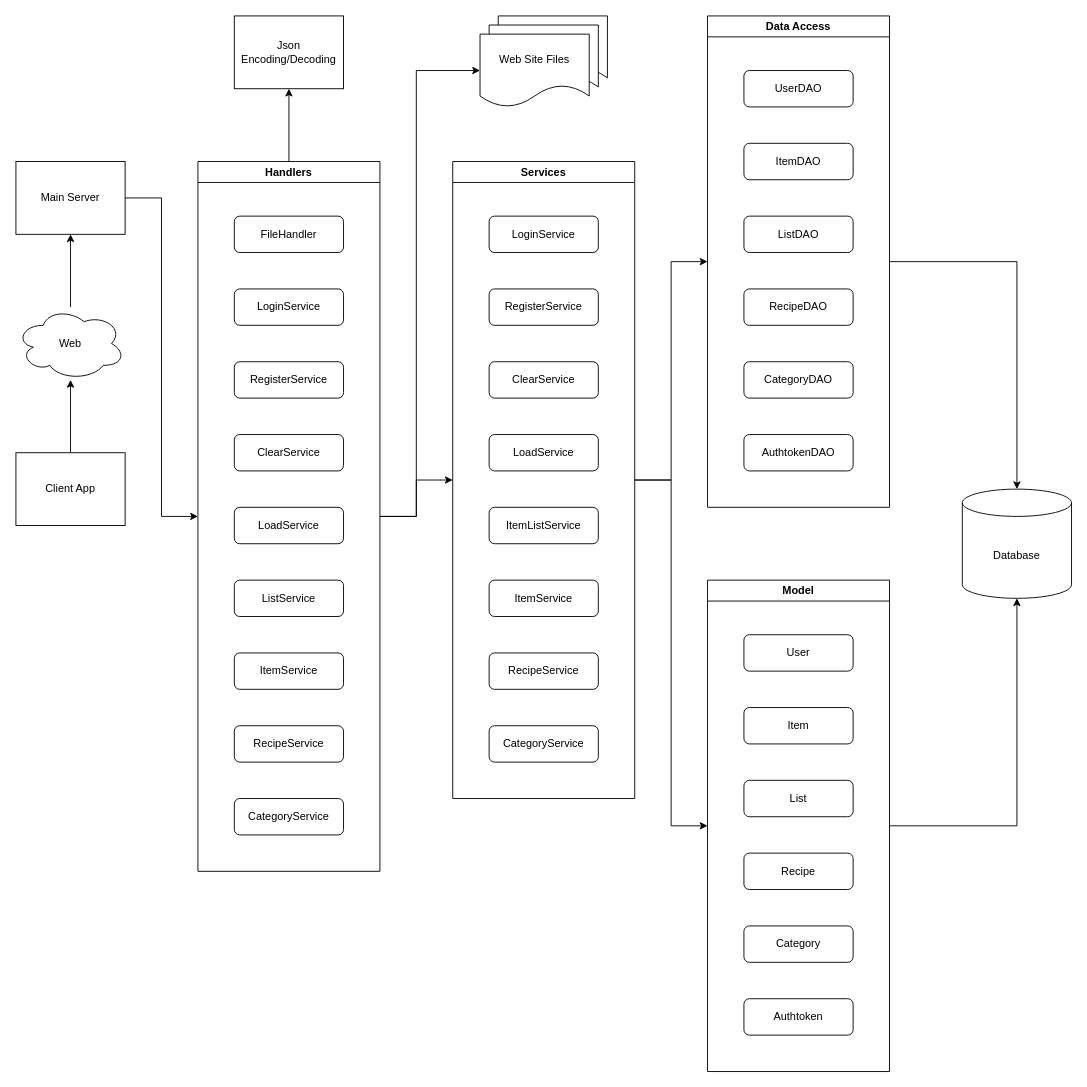
Before: FLServerDiagram.drawio in JacksonSahleen/FamilyListServer, a draw.io diagram. Source tidied: cells renumbered, new cells numbered last; positions are measured from the earlier drawing's top-left corner, leaving out a move shared by most shapes. Both pictures are drawn from the tidied source at 91%, with x=0, y=0 at pixel (15, 15).
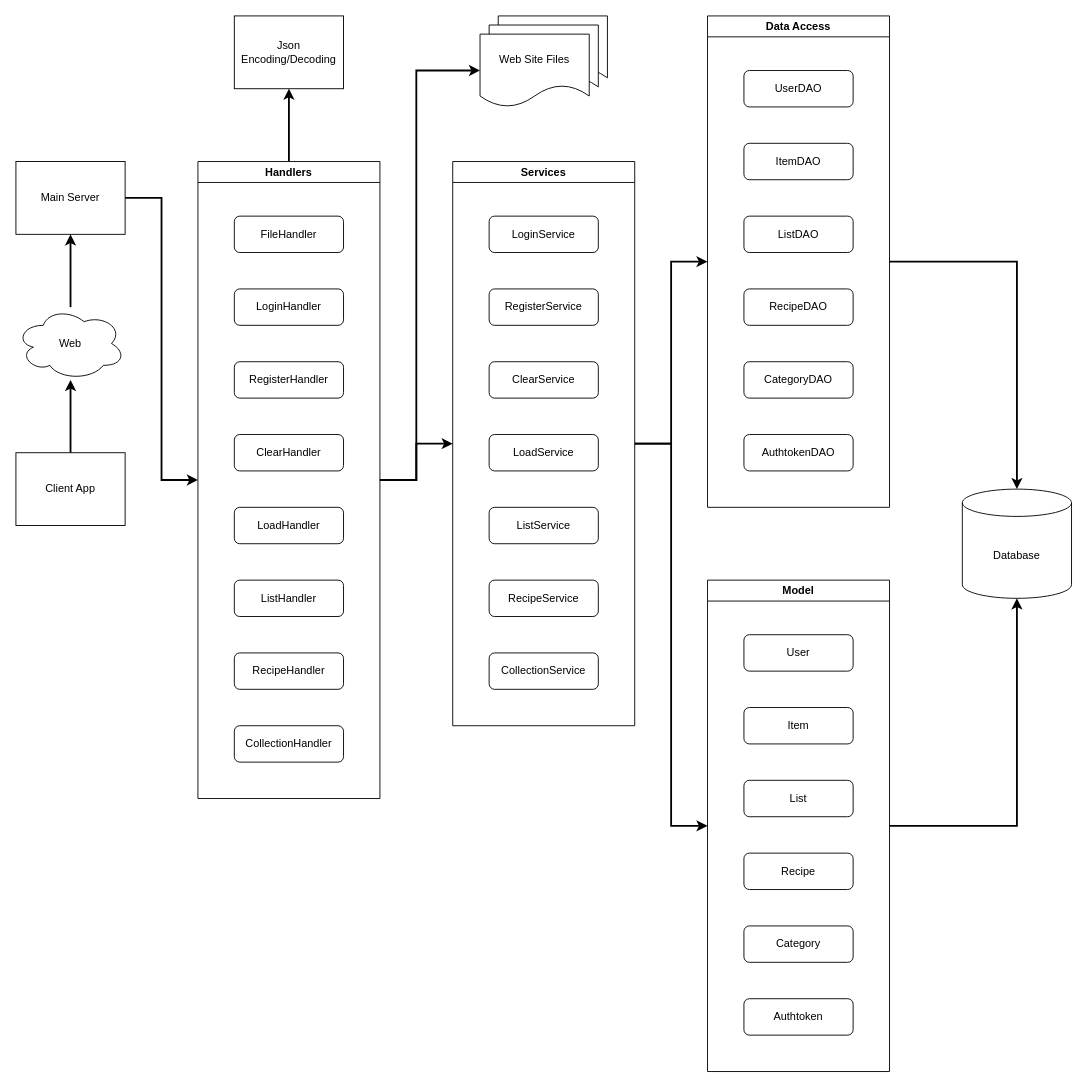
After the change.

Unchanged cells that the change refers to:
```xml
<mxCell id="2" value="Database" style="shape=cylinder3;whiteSpace=wrap;html=1;boundedLbl=1;backgroundOutline=1;size=15;" parent="1" vertex="1">
  <mxGeometry x="1040" y="520" width="120" height="120" as="geometry" />
</mxCell>
<mxCell id="4" value="Data Access" style="swimlane;whiteSpace=wrap;html=1;" parent="1" vertex="1">
  <mxGeometry x="760" width="200" height="540" as="geometry" />
</mxCell>
<mxCell id="12" value="Model" style="swimlane;whiteSpace=wrap;html=1;" parent="1" vertex="1">
  <mxGeometry x="760" y="620" width="200" height="540" as="geometry" />
</mxCell>
<mxCell id="44" value="Main Server" style="rounded=0;whiteSpace=wrap;html=1;" parent="1" vertex="1">
  <mxGeometry y="160" width="120" height="80" as="geometry" />
</mxCell>
<mxCell id="46" value="Client App" style="rounded=0;whiteSpace=wrap;html=1;" parent="1" vertex="1">
  <mxGeometry y="480" width="120" height="80" as="geometry" />
</mxCell>
<mxCell id="48" value="Web" style="ellipse;shape=cloud;whiteSpace=wrap;html=1;" parent="1" vertex="1">
  <mxGeometry y="320" width="120" height="80" as="geometry" />
</mxCell>
<mxCell id="51" value="Web Site Files" style="shape=document;whiteSpace=wrap;html=1;boundedLbl=1;" parent="1" vertex="1">
  <mxGeometry x="510" y="20" width="120" height="80" as="geometry" />
</mxCell>
<mxCell id="52" value="Json Encoding/Decoding" style="rounded=0;whiteSpace=wrap;html=1;" parent="1" vertex="1">
  <mxGeometry x="240" width="120" height="80" as="geometry" />
</mxCell>
```

Diff of the diagram source:
```diff
@@
-    <mxCell id="3" style="edgeStyle=orthogonalEdgeStyle;rounded=0;jettySize=auto;html=1;entryX=0.5;entryY=0;entryDx=0;entryDy=0;entryPerimeter=0;" parent="1" edge="1" source="4" target="2">
+    <mxCell id="3" style="edgeStyle=orthogonalEdgeStyle;rounded=0;jettySize=auto;html=1;entryX=0.5;entryY=0;entryDx=0;entryDy=0;entryPerimeter=0;strokeWidth=2;" parent="1" edge="1" source="4" target="2">
       <mxGeometry relative="1" as="geometry" />
     </mxCell>
@@
-    <mxCell id="11" style="edgeStyle=orthogonalEdgeStyle;rounded=0;jettySize=auto;html=1;entryX=0.5;entryY=1;entryDx=0;entryDy=0;entryPerimeter=0;" parent="1" edge="1" source="12" target="2">
+    <mxCell id="11" style="edgeStyle=orthogonalEdgeStyle;rounded=0;jettySize=auto;html=1;entryX=0.5;entryY=1;entryDx=0;entryDy=0;entryPerimeter=0;strokeWidth=2;" parent="1" edge="1" source="12" target="2">
       <mxGeometry relative="1" as="geometry" />
     </mxCell>
@@
-    <mxCell id="19" style="edgeStyle=orthogonalEdgeStyle;rounded=0;jettySize=auto;html=1;" parent="1" edge="1" source="21" target="4">
+    <mxCell id="19" style="edgeStyle=orthogonalEdgeStyle;rounded=0;jettySize=auto;html=1;strokeWidth=2;" parent="1" edge="1" source="21" target="4">
       <mxGeometry relative="1" as="geometry" />
     </mxCell>
-    <mxCell id="20" style="edgeStyle=orthogonalEdgeStyle;rounded=0;jettySize=auto;html=1;" parent="1" edge="1" source="21" target="12">
+    <mxCell id="20" style="edgeStyle=orthogonalEdgeStyle;rounded=0;jettySize=auto;html=1;strokeWidth=2;" parent="1" edge="1" source="21" target="12">
       <mxGeometry relative="1" as="geometry" />
     </mxCell>
     <mxCell id="21" value="Services" style="swimlane;whiteSpace=wrap;html=1;" parent="1" vertex="1">
-      <mxGeometry x="480" y="160" width="200" height="700" as="geometry" />
+      <mxGeometry x="480" y="160" width="200" height="620" as="geometry" />
     </mxCell>
@@
-    <mxCell id="26" value="ItemListService" style="rounded=1;whiteSpace=wrap;html=1;" parent="21" vertex="1">
+    <mxCell id="26" value="ListService" style="rounded=1;whiteSpace=wrap;html=1;" parent="21" vertex="1">
       <mxGeometry x="40" y="380" width="120" height="40" as="geometry" />
     </mxCell>
-    <mxCell id="27" value="ItemService" style="rounded=1;whiteSpace=wrap;html=1;" parent="21" vertex="1">
-      <mxGeometry x="40" y="460" width="120" height="40" as="geometry" />
-    </mxCell>
-    <mxCell id="28" value="CategoryService" style="rounded=1;whiteSpace=wrap;html=1;" parent="21" vertex="1">
-      <mxGeometry x="40" y="620" width="120" height="40" as="geometry" />
+    <mxCell id="28" value="CollectionService" style="rounded=1;whiteSpace=wrap;html=1;" parent="21" vertex="1">
+      <mxGeometry x="40" y="540" width="120" height="40" as="geometry" />
     </mxCell>
     <mxCell id="29" value="RecipeService" style="rounded=1;whiteSpace=wrap;html=1;" parent="21" vertex="1">
-      <mxGeometry x="40" y="540" width="120" height="40" as="geometry" />
+      <mxGeometry x="40" y="460" width="120" height="40" as="geometry" />
     </mxCell>
-    <mxCell id="30" style="edgeStyle=orthogonalEdgeStyle;rounded=0;jettySize=auto;html=1;" parent="1" edge="1" source="33" target="21">
+    <mxCell id="30" style="edgeStyle=orthogonalEdgeStyle;rounded=0;jettySize=auto;html=1;strokeWidth=2;" parent="1" edge="1" source="33" target="21">
       <mxGeometry relative="1" as="geometry" />
     </mxCell>
-    <mxCell id="31" style="edgeStyle=orthogonalEdgeStyle;rounded=0;jettySize=auto;html=1;" parent="1" edge="1" source="33" target="52">
+    <mxCell id="31" style="edgeStyle=orthogonalEdgeStyle;rounded=0;jettySize=auto;html=1;strokeWidth=2;" parent="1" edge="1" source="33" target="52">
       <mxGeometry relative="1" as="geometry" />
     </mxCell>
-    <mxCell id="32" style="edgeStyle=orthogonalEdgeStyle;rounded=0;jettySize=auto;html=1;entryX=0;entryY=0.5;entryDx=0;entryDy=0;" parent="1" edge="1" source="33" target="51">
+    <mxCell id="32" style="edgeStyle=orthogonalEdgeStyle;rounded=0;jettySize=auto;html=1;entryX=0;entryY=0.5;entryDx=0;entryDy=0;exitX=1;exitY=0.5;exitDx=0;exitDy=0;strokeWidth=2;" parent="1" edge="1" source="33" target="51">
       <mxGeometry relative="1" as="geometry">
         <Array as="points">
-          <mxPoint x="440" y="550" />
+          <mxPoint x="440" y="510" />
           <mxPoint x="440" y="60" />
         </Array>
       </mxGeometry>
     </mxCell>
     <mxCell id="33" value="Handlers" style="swimlane;whiteSpace=wrap;html=1;" parent="1" vertex="1">
-      <mxGeometry x="200" y="160" width="200" height="780" as="geometry" />
+      <mxGeometry x="200" y="160" width="200" height="700" as="geometry" />
     </mxCell>
@@
-    <mxCell id="35" value="LoginService" style="rounded=1;whiteSpace=wrap;html=1;" parent="33" vertex="1">
+    <mxCell id="35" value="LoginHandler" style="rounded=1;whiteSpace=wrap;html=1;" parent="33" vertex="1">
       <mxGeometry x="40" y="140" width="120" height="40" as="geometry" />
     </mxCell>
-    <mxCell id="36" value="RegisterService" style="rounded=1;whiteSpace=wrap;html=1;" parent="33" vertex="1">
+    <mxCell id="36" value="RegisterHandler" style="rounded=1;whiteSpace=wrap;html=1;" parent="33" vertex="1">
       <mxGeometry x="40" y="220" width="120" height="40" as="geometry" />
     </mxCell>
-    <mxCell id="37" value="ClearService" style="rounded=1;whiteSpace=wrap;html=1;" parent="33" vertex="1">
+    <mxCell id="37" value="ClearHandler" style="rounded=1;whiteSpace=wrap;html=1;" parent="33" vertex="1">
       <mxGeometry x="40" y="300" width="120" height="40" as="geometry" />
     </mxCell>
-    <mxCell id="38" value="LoadService" style="rounded=1;whiteSpace=wrap;html=1;" parent="33" vertex="1">
+    <mxCell id="38" value="LoadHandler" style="rounded=1;whiteSpace=wrap;html=1;" parent="33" vertex="1">
       <mxGeometry x="40" y="380" width="120" height="40" as="geometry" />
     </mxCell>
-    <mxCell id="39" value="ListService" style="rounded=1;whiteSpace=wrap;html=1;" parent="33" vertex="1">
+    <mxCell id="39" value="ListHandler" style="rounded=1;whiteSpace=wrap;html=1;" parent="33" vertex="1">
       <mxGeometry x="40" y="460" width="120" height="40" as="geometry" />
     </mxCell>
-    <mxCell id="40" value="ItemService" style="rounded=1;whiteSpace=wrap;html=1;" parent="33" vertex="1">
-      <mxGeometry x="40" y="540" width="120" height="40" as="geometry" />
-    </mxCell>
-    <mxCell id="41" value="CategoryService" style="rounded=1;whiteSpace=wrap;html=1;" parent="33" vertex="1">
-      <mxGeometry x="40" y="700" width="120" height="40" as="geometry" />
-    </mxCell>
-    <mxCell id="42" value="RecipeService" style="rounded=1;whiteSpace=wrap;html=1;" parent="33" vertex="1">
-      <mxGeometry x="40" y="620" width="120" height="40" as="geometry" />
+    <mxCell id="42" value="RecipeHandler" style="rounded=1;whiteSpace=wrap;html=1;" parent="33" vertex="1">
+      <mxGeometry x="40" y="540" width="120" height="40" as="geometry" />
     </mxCell>
+    <mxCell id="53" value="CollectionHandler" style="rounded=1;whiteSpace=wrap;html=1;" parent="33" vertex="1">
+      <mxGeometry x="40" y="620" width="120" height="40" as="geometry" />
+    </mxCell>
-    <mxCell id="43" style="edgeStyle=orthogonalEdgeStyle;rounded=0;jettySize=auto;html=1;" parent="1" edge="1" source="44" target="33">
+    <mxCell id="43" style="edgeStyle=orthogonalEdgeStyle;rounded=0;jettySize=auto;html=1;strokeWidth=2;" parent="1" edge="1" source="44" target="33">
       <mxGeometry relative="1" as="geometry" />
     </mxCell>
@@
-    <mxCell id="45" style="edgeStyle=orthogonalEdgeStyle;rounded=0;jettySize=auto;html=1;" parent="1" edge="1" source="46" target="48">
+    <mxCell id="45" style="edgeStyle=orthogonalEdgeStyle;rounded=0;jettySize=auto;html=1;strokeWidth=2;" parent="1" edge="1" source="46" target="48">
       <mxGeometry relative="1" as="geometry" />
     </mxCell>
@@
-    <mxCell id="47" style="edgeStyle=orthogonalEdgeStyle;rounded=0;jettySize=auto;html=1;" parent="1" edge="1" source="48" target="44">
+    <mxCell id="47" style="edgeStyle=orthogonalEdgeStyle;rounded=0;jettySize=auto;html=1;strokeWidth=2;" parent="1" edge="1" source="48" target="44">
       <mxGeometry relative="1" as="geometry" />
     </mxCell>
```
